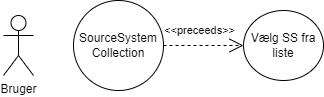
Before: Illustrationer/UseCasePackages-Select SS from list.drawio.png, a diagram exported from draw.io (FaderVader/CPH_Afgangsprojekt_2022). Source tidied: cells renumbered, new cells last; positions are measured from the earlier drawing's top-left corner, leaving out a move shared by most shapes. Its diagram source:
```xml
<mxGraphModel>
  <root>
    <mxCell id="0" />
    <mxCell id="1" parent="0" />
    <mxCell id="2" value="Vælg SS fra liste" style="ellipse;whiteSpace=wrap;html=1;" parent="1" vertex="1">
      <mxGeometry x="240" y="10" width="80" height="70" as="geometry" />
    </mxCell>
    <mxCell id="3" value="&amp;lt;&amp;lt;preceeds&amp;gt;&amp;gt;" style="endArrow=open;endSize=12;dashed=1;html=1;rounded=0;exitX=1;exitY=0.5;exitDx=0;exitDy=0;entryX=0;entryY=0.5;entryDx=0;entryDy=0;" parent="1" edge="1" source="5" target="2">
      <mxGeometry x="-0.09" y="15" relative="1" as="geometry" />
    </mxCell>
    <mxCell id="4" value="Bruger" style="shape=umlActor;verticalLabelPosition=bottom;verticalAlign=top;html=1;" parent="1" vertex="1">
      <mxGeometry y="15" width="30" height="60" as="geometry" />
    </mxCell>
    <mxCell id="5" value="SourceSystem&lt;br&gt;Collection" style="ellipse;whiteSpace=wrap;html=1;" parent="1" vertex="1">
      <mxGeometry x="70" width="90" height="90" as="geometry" />
    </mxCell>
  </root>
</mxGraphModel>
```
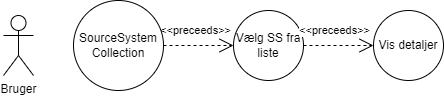
After the commit.

Diff of the diagram source:
```diff
@@ -3,7 +3,7 @@
     <mxCell id="0" />
     <mxCell id="1" parent="0" />
     <mxCell id="2" value="Vælg SS fra liste" style="ellipse;whiteSpace=wrap;html=1;" parent="1" vertex="1">
-      <mxGeometry x="240" y="10" width="80" height="70" as="geometry" />
+      <mxGeometry x="230" y="10" width="70" height="70" as="geometry" />
     </mxCell>
     <mxCell id="3" value="&amp;lt;&amp;lt;preceeds&amp;gt;&amp;gt;" style="endArrow=open;endSize=12;dashed=1;html=1;rounded=0;exitX=1;exitY=0.5;exitDx=0;exitDy=0;entryX=0;entryY=0.5;entryDx=0;entryDy=0;" parent="1" edge="1" source="5" target="2">
       <mxGeometry x="-0.09" y="15" relative="1" as="geometry" />
@@ -14,5 +14,11 @@
     <mxCell id="5" value="SourceSystem&lt;br&gt;Collection" style="ellipse;whiteSpace=wrap;html=1;" parent="1" vertex="1">
       <mxGeometry x="70" width="90" height="90" as="geometry" />
     </mxCell>
+    <mxCell id="6" value="Vis detaljer" style="ellipse;whiteSpace=wrap;html=1;" parent="1" vertex="1">
+      <mxGeometry x="370" y="10" width="70" height="70" as="geometry" />
+    </mxCell>
+    <mxCell id="7" value="&amp;lt;&amp;lt;preceeds&amp;gt;&amp;gt;" style="endArrow=open;endSize=12;dashed=1;html=1;rounded=0;exitX=1;exitY=0.5;exitDx=0;exitDy=0;entryX=0;entryY=0.5;entryDx=0;entryDy=0;" parent="1" edge="1" source="2" target="6">
+      <mxGeometry x="-0.11" y="15" relative="1" as="geometry" />
+    </mxCell>
   </root>
 </mxGraphModel>
```
